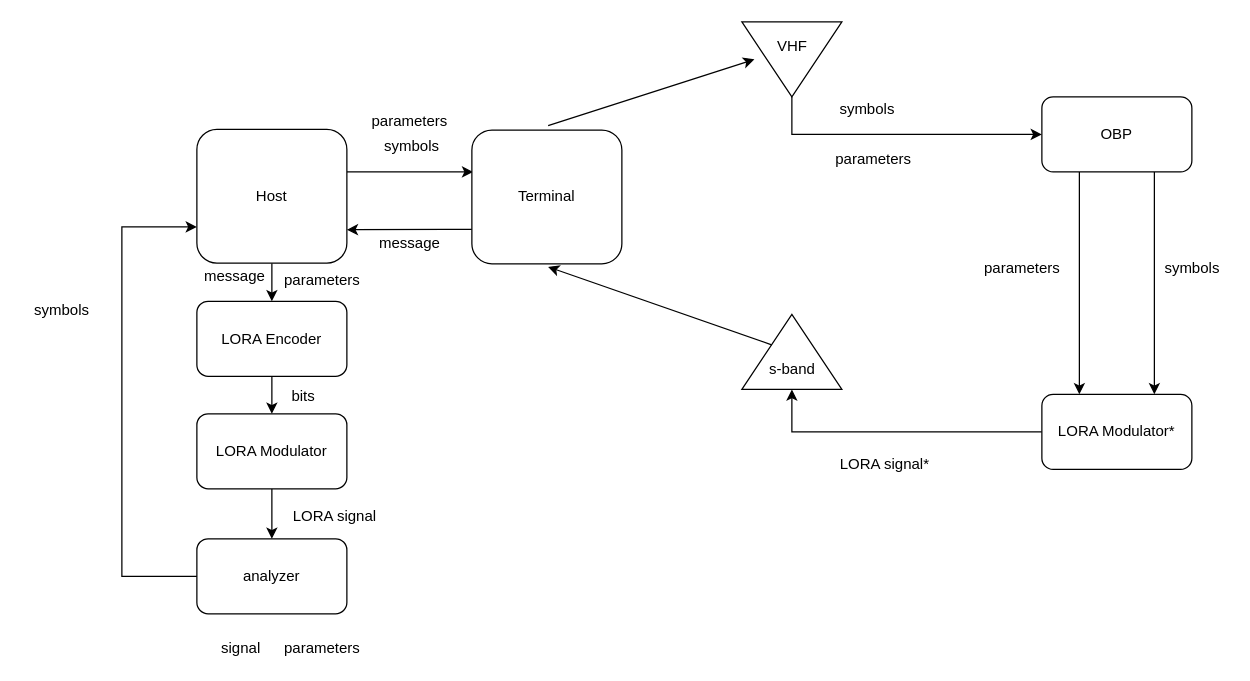
Before: page "system" (3 of 12) of doc/LORA.drawio in giladdanin10/LORA, a draw.io diagram. Source tidied: cells renumbered, new cells numbered last; positions are measured from the earlier drawing's top-left corner, leaving out a move shared by most shapes. Both pictures are drawn from the tidied source at 125%, with x=0, y=0 at pixel (21, 9).
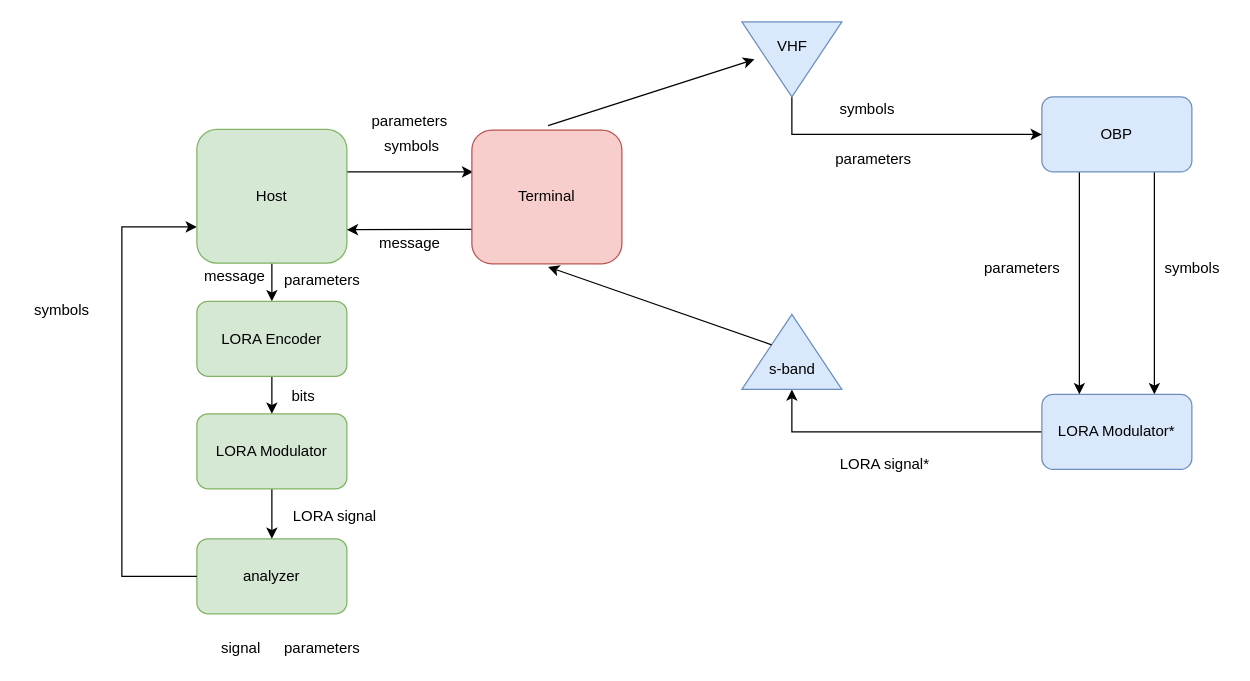
Above is the later version.

What changed in the source:
```diff
@@
-    <mxCell id="3" value="LORA Modulator*" style="rounded=1;whiteSpace=wrap;html=1;" parent="1" vertex="1">
+    <mxCell id="3" value="LORA Modulator*" style="rounded=1;whiteSpace=wrap;html=1;fillColor=#dae8fc;strokeColor=#6c8ebf;" parent="1" vertex="1">
       <mxGeometry x="816" y="308" width="120" height="60" as="geometry" />
     </mxCell>
@@
-    <mxCell id="6" value="OBP" style="rounded=1;whiteSpace=wrap;html=1;" parent="1" vertex="1">
+    <mxCell id="6" value="OBP" style="rounded=1;whiteSpace=wrap;html=1;fillColor=#dae8fc;strokeColor=#6c8ebf;" parent="1" vertex="1">
       <mxGeometry x="816" y="70" width="120" height="60" as="geometry" />
     </mxCell>
@@
-    <mxCell id="9" style="triangle;whiteSpace=wrap;html=1;rotation=90;" parent="1" vertex="1">
+    <mxCell id="9" style="triangle;whiteSpace=wrap;html=1;rotation=90;fillColor=#dae8fc;strokeColor=#6c8ebf;" parent="1" vertex="1">
       <mxGeometry x="586" width="60" height="80" as="geometry" />
     </mxCell>
@@
-    <mxCell id="11" style="triangle;whiteSpace=wrap;html=1;rotation=-90;" parent="1" vertex="1">
+    <mxCell id="11" style="triangle;whiteSpace=wrap;html=1;rotation=-90;fillColor=#dae8fc;strokeColor=#6c8ebf;" parent="1" vertex="1">
       <mxGeometry x="586" y="234" width="60" height="80" as="geometry" />
     </mxCell>
@@
-    <mxCell id="17" value="analyzer" style="rounded=1;whiteSpace=wrap;html=1;" parent="1" vertex="1">
+    <mxCell id="17" value="analyzer" style="rounded=1;whiteSpace=wrap;html=1;fillColor=#d5e8d4;strokeColor=#82b366;" parent="1" vertex="1">
       <mxGeometry x="140" y="423.5" width="120" height="60" as="geometry" />
     </mxCell>
@@
-    <mxCell id="19" value="LORA Modulator" style="rounded=1;whiteSpace=wrap;html=1;" parent="1" vertex="1">
+    <mxCell id="19" value="LORA Modulator" style="rounded=1;whiteSpace=wrap;html=1;fillColor=#d5e8d4;strokeColor=#82b366;" parent="1" vertex="1">
       <mxGeometry x="140" y="323.5" width="120" height="60" as="geometry" />
     </mxCell>
@@
-    <mxCell id="24" value="LORA Encoder" style="rounded=1;whiteSpace=wrap;html=1;" parent="1" vertex="1">
+    <mxCell id="24" value="LORA Encoder" style="rounded=1;whiteSpace=wrap;html=1;fillColor=#d5e8d4;strokeColor=#82b366;" parent="1" vertex="1">
       <mxGeometry x="140" y="233.5" width="120" height="60" as="geometry" />
     </mxCell>
@@
-    <mxCell id="27" value="Host" style="rounded=1;whiteSpace=wrap;html=1;" parent="1" vertex="1">
+    <mxCell id="27" value="Host" style="rounded=1;whiteSpace=wrap;html=1;fillColor=#d5e8d4;strokeColor=#82b366;" parent="1" vertex="1">
       <mxGeometry x="140" y="96" width="120" height="107" as="geometry" />
     </mxCell>
@@
-    <mxCell id="39" value="Terminal" style="rounded=1;whiteSpace=wrap;html=1;" parent="1" vertex="1">
+    <mxCell id="39" value="Terminal" style="rounded=1;whiteSpace=wrap;html=1;fillColor=#f8cecc;strokeColor=#b85450;" parent="1" vertex="1">
       <mxGeometry x="360" y="96.5" width="120" height="107" as="geometry" />
     </mxCell>
```
